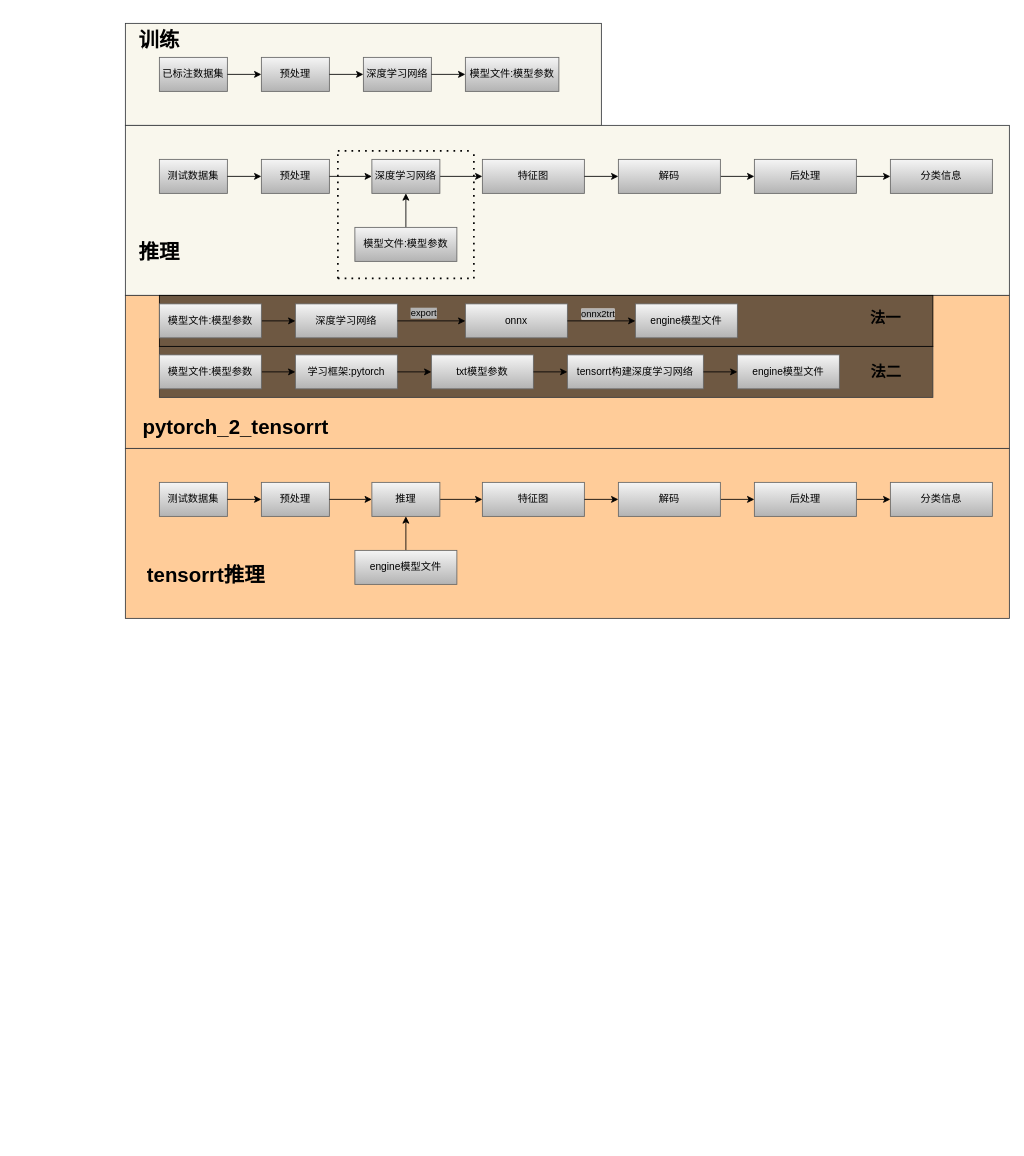
bugquella/diagrams keeps this draw.io diagram as lidar分类.drawio. Above is the earlier version. Source tidied: cells renumbered, new cells numbered last; positions are measured from the earlier drawing's top-left corner, leaving out a move shared by most shapes. Both pictures are drawn from the tidied source at 85%, with x=0, y=0 at pixel (125, 23).
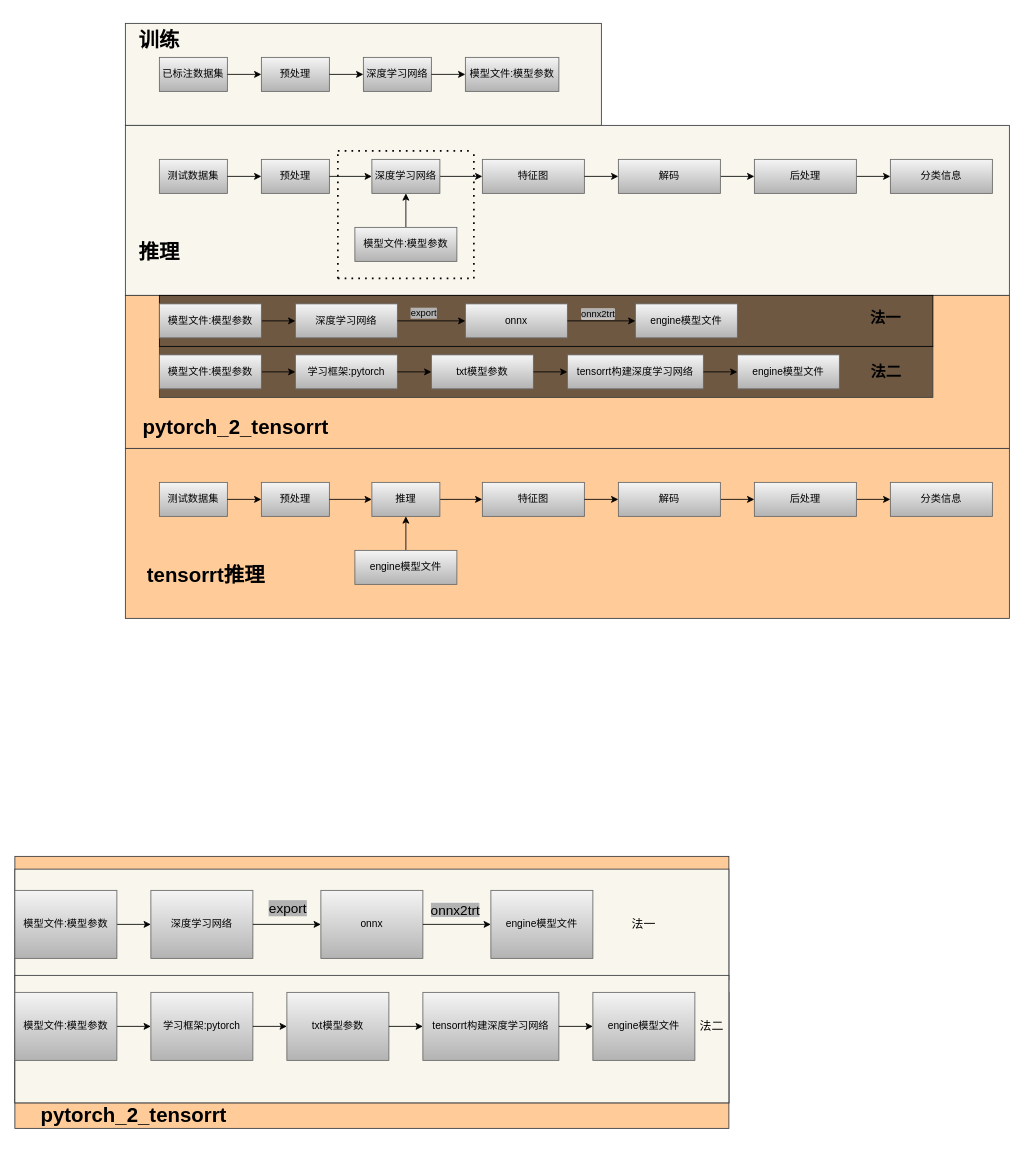
The same diagram, later.

What changed in the source:
```diff
@@
+    <mxCell id="84" style="rounded=0;whiteSpace=wrap;html=1;fontSize=14;fillColor=#ffcc99;strokeColor=#36393d;" parent="1" vertex="1">
+      <mxGeometry x="-130" y="980" width="840" height="320" as="geometry" />
+    </mxCell>
+    <mxCell id="85" style="rounded=0;whiteSpace=wrap;html=1;fontSize=14;fillColor=#f9f7ed;strokeColor=#36393d;" parent="1" vertex="1">
+      <mxGeometry x="-130" y="995" width="840" height="130" as="geometry" />
+    </mxCell>
+    <mxCell id="86" value="&lt;h1&gt;pytorch_2_tensorrt&lt;/h1&gt;" style="text;html=1;strokeColor=none;fillColor=none;align=center;verticalAlign=middle;whiteSpace=wrap;rounded=0;" parent="1" vertex="1">
+      <mxGeometry x="-100" y="1270" width="220" height="30" as="geometry" />
+    </mxCell>
+    <mxCell id="87" style="group;" parent="1" vertex="1">
+      <mxGeometry x="-130" y="1020" width="760" height="80" as="geometry" />
+    </mxCell>
+    <mxCell id="88" value="法一" style="text;html=1;strokeColor=none;fillColor=none;align=center;verticalAlign=middle;whiteSpace=wrap;rounded=0;fontSize=14;" parent="87" vertex="1">
+      <mxGeometry x="720" y="30" width="40" height="20" as="geometry" />
+    </mxCell>
+    <mxCell id="89" value="深度学习网络" style="rounded=0;whiteSpace=wrap;html=1;gradientColor=#b3b3b3;fillColor=#f5f5f5;strokeColor=#666666;" parent="87" vertex="1">
+      <mxGeometry x="160" width="120" height="80" as="geometry" />
+    </mxCell>
+    <mxCell id="90" style="edgeStyle=orthogonalEdgeStyle;rounded=0;jettySize=auto;html=1;" parent="87" edge="1" source="91" target="89">
+      <mxGeometry y="-100" as="geometry" />
+    </mxCell>
+    <mxCell id="91" value="模型文件:模型参数" style="rounded=0;whiteSpace=wrap;html=1;gradientColor=#b3b3b3;fillColor=#f5f5f5;strokeColor=#666666;" parent="87" vertex="1">
+      <mxGeometry width="120" height="80" as="geometry" />
+    </mxCell>
+    <mxCell id="92" value="onnx" style="rounded=0;whiteSpace=wrap;html=1;gradientColor=#b3b3b3;fillColor=#f5f5f5;strokeColor=#666666;" parent="87" vertex="1">
+      <mxGeometry x="360" width="120" height="80" as="geometry" />
+    </mxCell>
+    <mxCell id="93" style="edgeStyle=orthogonalEdgeStyle;rounded=0;jettySize=auto;html=1;" parent="87" edge="1" source="89" target="92">
+      <mxGeometry y="-100" as="geometry" />
+    </mxCell>
+    <mxCell id="94" value="&lt;font style=&quot;font-size: 16px&quot;&gt;export&lt;/font&gt;" style="edgeLabel;html=1;align=center;verticalAlign=middle;labelBackgroundColor=#B3B3B3;fontSize=14;" parent="93" vertex="1">
+      <mxGeometry relative="1" as="geometry">
+        <mxPoint y="-20" as="offset" />
+      </mxGeometry>
+    </mxCell>
+    <mxCell id="95" value="engine模型文件" style="rounded=0;whiteSpace=wrap;html=1;gradientColor=#b3b3b3;fillColor=#f5f5f5;strokeColor=#666666;" parent="87" vertex="1">
+      <mxGeometry x="560" width="120" height="80" as="geometry" />
+    </mxCell>
+    <mxCell id="96" style="edgeStyle=orthogonalEdgeStyle;rounded=0;jettySize=auto;html=1;" parent="87" edge="1" source="92" target="95">
+      <mxGeometry y="-100" as="geometry" />
+    </mxCell>
+    <mxCell id="97" value="&lt;font style=&quot;font-size: 16px&quot;&gt;&lt;span style=&quot;background-color: rgb(179 , 179 , 179)&quot;&gt;onnx2trt&lt;/span&gt;&lt;/font&gt;" style="edgeLabel;html=1;align=center;verticalAlign=middle;" parent="87" vertex="1">
+      <mxGeometry x="530" y="10" as="geometry">
+        <mxPoint x="-13" y="12" as="offset" />
+      </mxGeometry>
+    </mxCell>
+    <mxCell id="98" style="group;fillColor=#f9f7ed;strokeColor=#36393d;" parent="1" vertex="1">
+      <mxGeometry x="-130" y="1140" width="840" height="130" as="geometry" />
+    </mxCell>
+    <mxCell id="99" style="rounded=0;whiteSpace=wrap;html=1;fontSize=14;fillColor=#f9f7ed;strokeColor=#36393d;" parent="98" vertex="1">
+      <mxGeometry y="-20" width="840" height="150" as="geometry" />
+    </mxCell>
+    <mxCell id="100" value="法二" style="text;html=1;strokeColor=none;fillColor=none;align=center;verticalAlign=middle;whiteSpace=wrap;rounded=0;fontSize=14;" parent="98" vertex="1">
+      <mxGeometry x="800" y="30" width="40" height="20" as="geometry" />
+    </mxCell>
+    <mxCell id="101" value="学习框架:pytorch" style="rounded=0;whiteSpace=wrap;html=1;gradientColor=#b3b3b3;fillColor=#f5f5f5;strokeColor=#666666;" parent="98" vertex="1">
+      <mxGeometry x="160" width="120" height="80" as="geometry" />
+    </mxCell>
+    <mxCell id="102" style="edgeStyle=orthogonalEdgeStyle;rounded=0;jettySize=auto;html=1;" parent="98" edge="1" source="103" target="101">
+      <mxGeometry y="-70" as="geometry" />
+    </mxCell>
+    <mxCell id="103" value="模型文件:模型参数" style="rounded=0;whiteSpace=wrap;html=1;gradientColor=#b3b3b3;fillColor=#f5f5f5;strokeColor=#666666;" parent="98" vertex="1">
+      <mxGeometry width="120" height="80" as="geometry" />
+    </mxCell>
+    <mxCell id="104" value="txt模型参数" style="rounded=0;whiteSpace=wrap;html=1;gradientColor=#b3b3b3;fillColor=#f5f5f5;strokeColor=#666666;" parent="98" vertex="1">
+      <mxGeometry x="320" width="120" height="80" as="geometry" />
+    </mxCell>
+    <mxCell id="105" style="edgeStyle=orthogonalEdgeStyle;rounded=0;jettySize=auto;html=1;" parent="98" edge="1" source="101" target="104">
+      <mxGeometry y="-70" as="geometry" />
+    </mxCell>
+    <mxCell id="106" value="tensorrt构建深度学习网络" style="rounded=0;whiteSpace=wrap;html=1;gradientColor=#b3b3b3;fillColor=#f5f5f5;strokeColor=#666666;" parent="98" vertex="1">
+      <mxGeometry x="480" width="160" height="80" as="geometry" />
+    </mxCell>
+    <mxCell id="107" style="edgeStyle=orthogonalEdgeStyle;rounded=0;jettySize=auto;html=1;" parent="98" edge="1" source="104" target="106">
+      <mxGeometry y="-70" as="geometry" />
+    </mxCell>
+    <mxCell id="108" value="engine模型文件" style="rounded=0;whiteSpace=wrap;html=1;gradientColor=#b3b3b3;fillColor=#f5f5f5;strokeColor=#666666;" parent="98" vertex="1">
+      <mxGeometry x="680" width="120" height="80" as="geometry" />
+    </mxCell>
+    <mxCell id="109" style="edgeStyle=orthogonalEdgeStyle;rounded=0;jettySize=auto;html=1;" parent="98" edge="1" source="106" target="108">
+      <mxGeometry y="-70" as="geometry" />
+    </mxCell>
```
